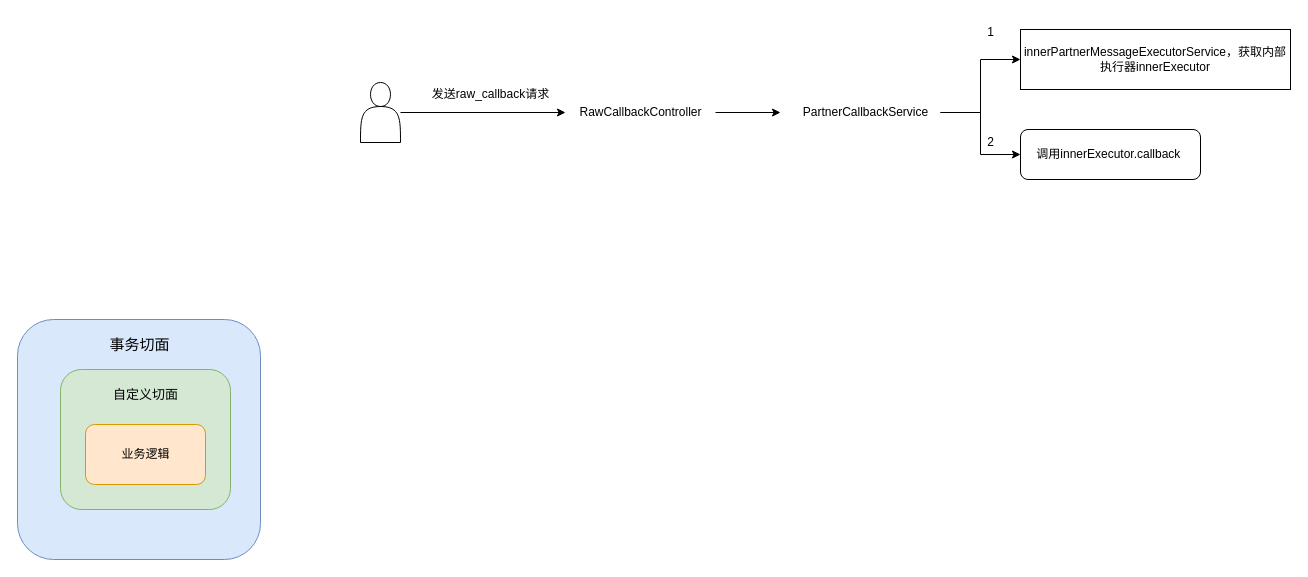
The draw.io diagram images/diagrams/供应链.drawio in wizbao/wizbao, before the edit. Source tidied: cells renumbered, new cells numbered last; positions are measured from the earlier drawing's top-left corner, leaving out a move shared by most shapes. Both pictures are drawn from the tidied source at 100%, with x=0, y=0 at pixel (17, 17).
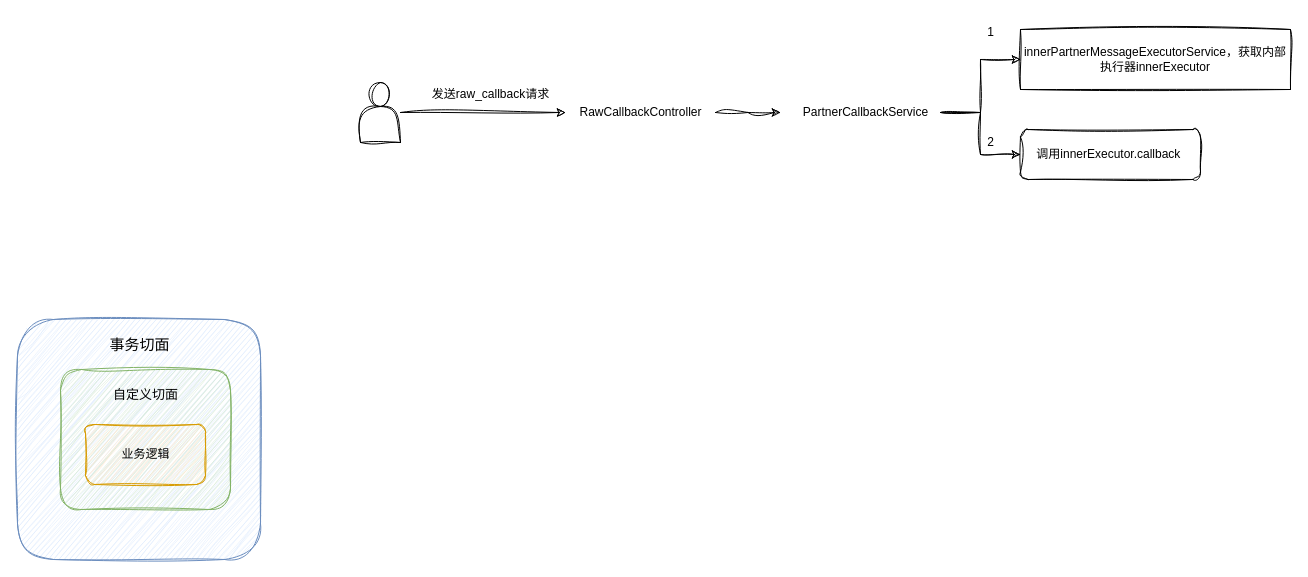
The same diagram, later.

Commit message:
更新供应链.drawio

Diff of the diagram source:
```diff
@@
-    <mxCell id="2" style="edgeStyle=orthogonalEdgeStyle;rounded=0;jettySize=auto;html=1;" parent="1" edge="1" source="3">
+    <mxCell id="2" style="edgeStyle=orthogonalEdgeStyle;rounded=0;jettySize=auto;html=1;sketch=1;curveFitting=1;jiggle=2;" parent="1" edge="1" source="3">
       <mxGeometry relative="1" as="geometry">
         <mxPoint x="763" y="95" as="targetPoint" />
       </mxGeometry>
     </mxCell>
-    <mxCell id="3" value="RawCallbackController" style="text;html=1;align=center;verticalAlign=middle;points=[];strokeColor=none;fillColor=none;" parent="1" vertex="1">
+    <mxCell id="3" value="RawCallbackController" style="text;html=1;align=center;verticalAlign=middle;points=[];strokeColor=none;fillColor=none;sketch=1;curveFitting=1;jiggle=2;" parent="1" vertex="1">
       <mxGeometry x="548" y="80" width="150" height="30" as="geometry" />
     </mxCell>
-    <mxCell id="4" style="edgeStyle=orthogonalEdgeStyle;rounded=0;jettySize=auto;html=1;entryX=0;entryY=0.5;entryDx=0;entryDy=0;" parent="1" edge="1" source="6" target="7">
+    <mxCell id="4" style="edgeStyle=orthogonalEdgeStyle;rounded=0;jettySize=auto;html=1;entryX=0;entryY=0.5;entryDx=0;entryDy=0;sketch=1;curveFitting=1;jiggle=2;" parent="1" edge="1" source="6" target="7">
       <mxGeometry relative="1" as="geometry" />
     </mxCell>
-    <mxCell id="5" style="edgeStyle=orthogonalEdgeStyle;rounded=0;jettySize=auto;html=1;entryX=0;entryY=0.5;entryDx=0;entryDy=0;" parent="1" edge="1" source="6" target="8">
+    <mxCell id="5" style="edgeStyle=orthogonalEdgeStyle;rounded=0;jettySize=auto;html=1;entryX=0;entryY=0.5;entryDx=0;entryDy=0;sketch=1;curveFitting=1;jiggle=2;" parent="1" edge="1" source="6" target="8">
       <mxGeometry relative="1" as="geometry" />
     </mxCell>
-    <mxCell id="6" value="PartnerCallbackService" style="text;html=1;align=center;verticalAlign=middle;points=[];strokeColor=none;fillColor=none;" parent="1" vertex="1">
+    <mxCell id="6" value="PartnerCallbackService" style="text;html=1;align=center;verticalAlign=middle;points=[];strokeColor=none;fillColor=none;sketch=1;curveFitting=1;jiggle=2;" parent="1" vertex="1">
       <mxGeometry x="773" y="80" width="150" height="30" as="geometry" />
     </mxCell>
-    <mxCell id="7" value="innerPartnerMessageExecutorService，获取内部执行器innerExecutor" style="whiteSpace=wrap;html=1;" parent="1" vertex="1">
+    <mxCell id="7" value="innerPartnerMessageExecutorService，获取内部执行器innerExecutor" style="whiteSpace=wrap;html=1;sketch=1;curveFitting=1;jiggle=2;" parent="1" vertex="1">
       <mxGeometry x="1003" y="12" width="270" height="60" as="geometry" />
     </mxCell>
-    <mxCell id="8" value="调用innerExecutor.callback&amp;nbsp;" style="rounded=1;whiteSpace=wrap;html=1;" parent="1" vertex="1">
+    <mxCell id="8" value="调用innerExecutor.callback&amp;nbsp;" style="rounded=1;whiteSpace=wrap;html=1;sketch=1;curveFitting=1;jiggle=2;" parent="1" vertex="1">
       <mxGeometry x="1003" y="112" width="180" height="50" as="geometry" />
     </mxCell>
-    <mxCell id="9" style="edgeStyle=orthogonalEdgeStyle;rounded=0;jettySize=auto;html=1;" parent="1" edge="1" source="10" target="3">
+    <mxCell id="9" style="edgeStyle=orthogonalEdgeStyle;rounded=0;jettySize=auto;html=1;sketch=1;curveFitting=1;jiggle=2;" parent="1" edge="1" source="10" target="3">
       <mxGeometry relative="1" as="geometry" />
     </mxCell>
-    <mxCell id="10" style="shape=actor;whiteSpace=wrap;html=1;" parent="1" vertex="1">
+    <mxCell id="10" style="shape=actor;whiteSpace=wrap;html=1;sketch=1;curveFitting=1;jiggle=2;" parent="1" vertex="1">
       <mxGeometry x="343" y="65" width="40" height="60" as="geometry" />
     </mxCell>
-    <mxCell id="11" value="发送raw_callback请求" style="text;html=1;align=center;verticalAlign=middle;strokeColor=none;fillColor=none;" parent="1" vertex="1">
+    <mxCell id="11" value="发送raw_callback请求" style="text;html=1;align=center;verticalAlign=middle;strokeColor=none;fillColor=none;sketch=1;curveFitting=1;jiggle=2;rounded=0;shadow=0;" parent="1" vertex="1">
       <mxGeometry x="403" y="62" width="140" height="30" as="geometry" />
     </mxCell>
-    <mxCell id="12" value="1" style="text;html=1;align=center;verticalAlign=middle;strokeColor=none;fillColor=none;" parent="1" vertex="1">
+    <mxCell id="12" value="1" style="text;html=1;align=center;verticalAlign=middle;strokeColor=none;fillColor=none;sketch=1;curveFitting=1;jiggle=2;" parent="1" vertex="1">
       <mxGeometry x="958" width="30" height="30" as="geometry" />
     </mxCell>
-    <mxCell id="13" value="2" style="text;html=1;align=center;verticalAlign=middle;strokeColor=none;fillColor=none;" parent="1" vertex="1">
+    <mxCell id="13" value="2" style="text;html=1;align=center;verticalAlign=middle;strokeColor=none;fillColor=none;sketch=1;curveFitting=1;jiggle=2;" parent="1" vertex="1">
       <mxGeometry x="958" y="110" width="30" height="30" as="geometry" />
     </mxCell>
-    <mxCell id="14" style="rounded=1;whiteSpace=wrap;html=1;fillColor=#dae8fc;strokeColor=#6c8ebf;" parent="1" vertex="1">
+    <mxCell id="14" style="rounded=1;whiteSpace=wrap;html=1;fillColor=#dae8fc;strokeColor=#6c8ebf;sketch=1;curveFitting=1;jiggle=2;" parent="1" vertex="1">
       <mxGeometry y="302" width="243" height="240" as="geometry" />
     </mxCell>
-    <mxCell id="15" style="rounded=1;whiteSpace=wrap;html=1;fillColor=#d5e8d4;strokeColor=#82b366;" parent="1" vertex="1">
+    <mxCell id="15" style="rounded=1;whiteSpace=wrap;html=1;fillColor=#d5e8d4;strokeColor=#82b366;sketch=1;curveFitting=1;jiggle=2;" parent="1" vertex="1">
       <mxGeometry x="43" y="352" width="170" height="140" as="geometry" />
     </mxCell>
-    <mxCell id="16" style="rounded=1;whiteSpace=wrap;html=1;fillColor=#ffe6cc;strokeColor=#d79b00;" parent="1" vertex="1">
+    <mxCell id="16" style="rounded=1;whiteSpace=wrap;html=1;fillColor=#ffe6cc;strokeColor=#d79b00;sketch=1;curveFitting=1;jiggle=2;" parent="1" vertex="1">
       <mxGeometry x="68" y="407" width="120" height="60" as="geometry" />
     </mxCell>
```
